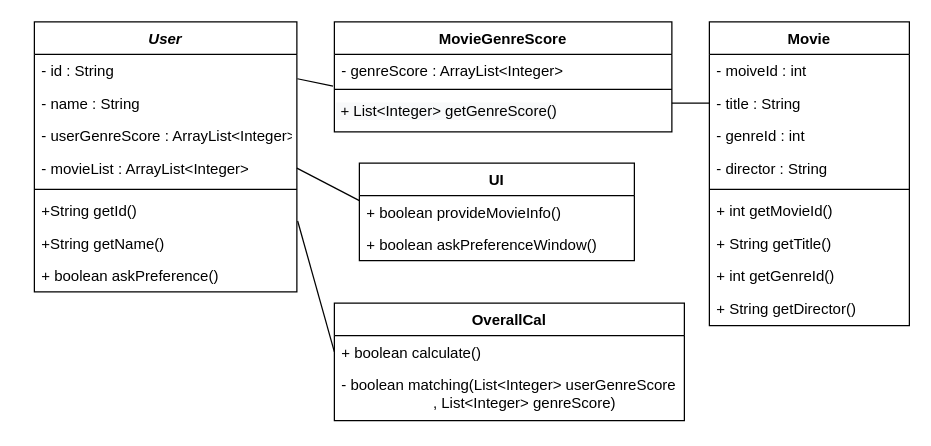
Before: UML.drawio in SoftwareEngineering-Gotcha/MovieRecommendation, a draw.io diagram. Source tidied: cells renumbered, new cells numbered last; positions are measured from the earlier drawing's top-left corner, leaving out a move shared by most shapes. Both pictures are drawn from the tidied source at 125%, with x=0, y=0 at pixel (34, 21).
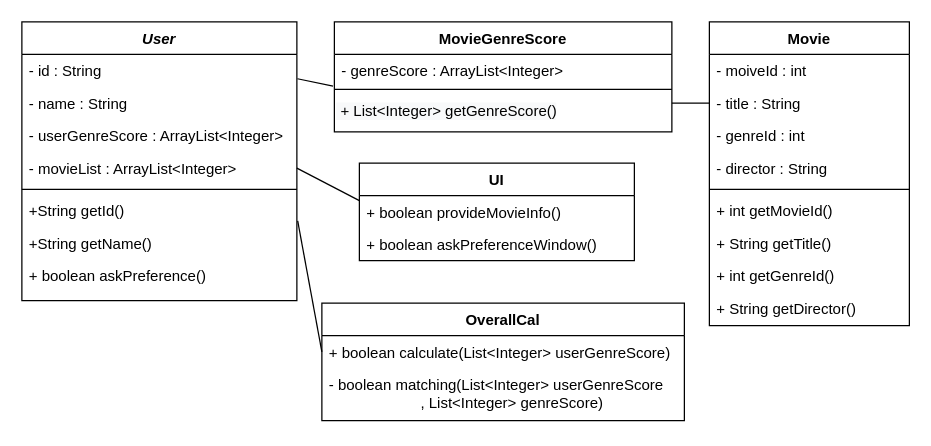
The same diagram, later.

What changed in the source:
```diff
@@
     <mxCell id="2" value="User" style="swimlane;fontStyle=3;align=center;verticalAlign=top;horizontal=1;startSize=26;rounded=0;shadow=0;strokeWidth=1;" parent="1" vertex="1">
-      <mxGeometry width="210" height="216" as="geometry" />
+      <mxGeometry x="-10" width="220" height="223" as="geometry" />
     </mxCell>
     <mxCell id="3" value="- id : String" style="text;align=left;verticalAlign=top;spacingLeft=4;spacingRight=4;overflow=hidden;points=[[0,0.5],[1,0.5]];portConstraint=eastwest;" parent="2" vertex="1">
-      <mxGeometry y="26" width="210" height="26" as="geometry" />
+      <mxGeometry y="26" width="220" height="26" as="geometry" />
     </mxCell>
     <mxCell id="4" value="- name : String" style="text;align=left;verticalAlign=top;spacingLeft=4;spacingRight=4;overflow=hidden;rounded=0;shadow=0;html=0;" parent="2" vertex="1">
-      <mxGeometry y="52" width="210" height="26" as="geometry" />
+      <mxGeometry y="52" width="220" height="26" as="geometry" />
     </mxCell>
     <mxCell id="5" value="- userGenreScore : ArrayList&lt;Integer&gt;" style="text;align=left;verticalAlign=top;spacingLeft=4;spacingRight=4;overflow=hidden;rounded=0;shadow=0;html=0;" parent="2" vertex="1">
-      <mxGeometry y="78" width="210" height="26" as="geometry" />
+      <mxGeometry y="78" width="220" height="26" as="geometry" />
     </mxCell>
     <mxCell id="6" value="- movieList : ArrayList&lt;Integer&gt;" style="text;align=left;verticalAlign=top;spacingLeft=4;spacingRight=4;overflow=hidden;points=[[0,0.5],[1,0.5]];portConstraint=eastwest;rounded=0;shadow=0;html=0;" parent="2" vertex="1">
-      <mxGeometry y="104" width="210" height="26" as="geometry" />
+      <mxGeometry y="104" width="220" height="26" as="geometry" />
     </mxCell>
     <mxCell id="7" style="line;html=1;strokeWidth=1;align=left;verticalAlign=middle;spacingTop=-1;spacingLeft=3;spacingRight=3;labelPosition=right;" parent="2" vertex="1">
-      <mxGeometry y="130" width="210" height="8" as="geometry" />
+      <mxGeometry y="130" width="220" height="8" as="geometry" />
     </mxCell>
     <mxCell id="8" value="+String getId()" style="text;align=left;verticalAlign=top;spacingLeft=4;spacingRight=4;overflow=hidden;points=[[0,0.5],[1,0.5]];portConstraint=eastwest;" parent="2" vertex="1">
-      <mxGeometry y="138" width="210" height="26" as="geometry" />
+      <mxGeometry y="138" width="220" height="26" as="geometry" />
     </mxCell>
     <mxCell id="9" value="+String getName()" style="text;align=left;verticalAlign=top;spacingLeft=4;spacingRight=4;overflow=hidden;" parent="2" vertex="1">
-      <mxGeometry y="164" width="210" height="26" as="geometry" />
+      <mxGeometry y="164" width="220" height="26" as="geometry" />
     </mxCell>
     <mxCell id="10" value="+ boolean askPreference()" style="text;align=left;verticalAlign=top;spacingLeft=4;spacingRight=4;overflow=hidden;" parent="2" vertex="1">
-      <mxGeometry y="190" width="210" height="26" as="geometry" />
+      <mxGeometry y="190" width="220" height="26" as="geometry" />
     </mxCell>
@@
     <mxCell id="31" value="OverallCal" style="swimlane;fontStyle=1;align=center;verticalAlign=top;horizontal=1;startSize=26;" parent="1" vertex="1">
-      <mxGeometry x="240" y="225" width="280" height="94" as="geometry" />
+      <mxGeometry x="230" y="225" width="290" height="94" as="geometry" />
     </mxCell>
-    <mxCell id="32" value="+ boolean calculate()" style="text;align=left;verticalAlign=top;spacingLeft=4;spacingRight=4;overflow=hidden;points=[[0,0.5],[1,0.5]];portConstraint=eastwest;" parent="31" vertex="1">
-      <mxGeometry y="26" width="280" height="26" as="geometry" />
+    <mxCell id="32" value="+ boolean calculate(List&lt;Integer&gt; userGenreScore)" style="text;align=left;verticalAlign=top;spacingLeft=4;spacingRight=4;overflow=hidden;points=[[0,0.5],[1,0.5]];portConstraint=eastwest;" parent="31" vertex="1">
+      <mxGeometry y="26" width="290" height="26" as="geometry" />
     </mxCell>
     <mxCell id="33" value="- boolean matching(List&lt;Integer&gt; userGenreScore&#10;                      , List&lt;Integer&gt; genreScore)&#10;" style="text;strokeColor=none;fillColor=none;align=left;verticalAlign=top;spacingLeft=4;spacingRight=4;overflow=hidden;" parent="31" vertex="1">
-      <mxGeometry y="52" width="280" height="42" as="geometry" />
+      <mxGeometry y="52" width="290" height="42" as="geometry" />
     </mxCell>
```
